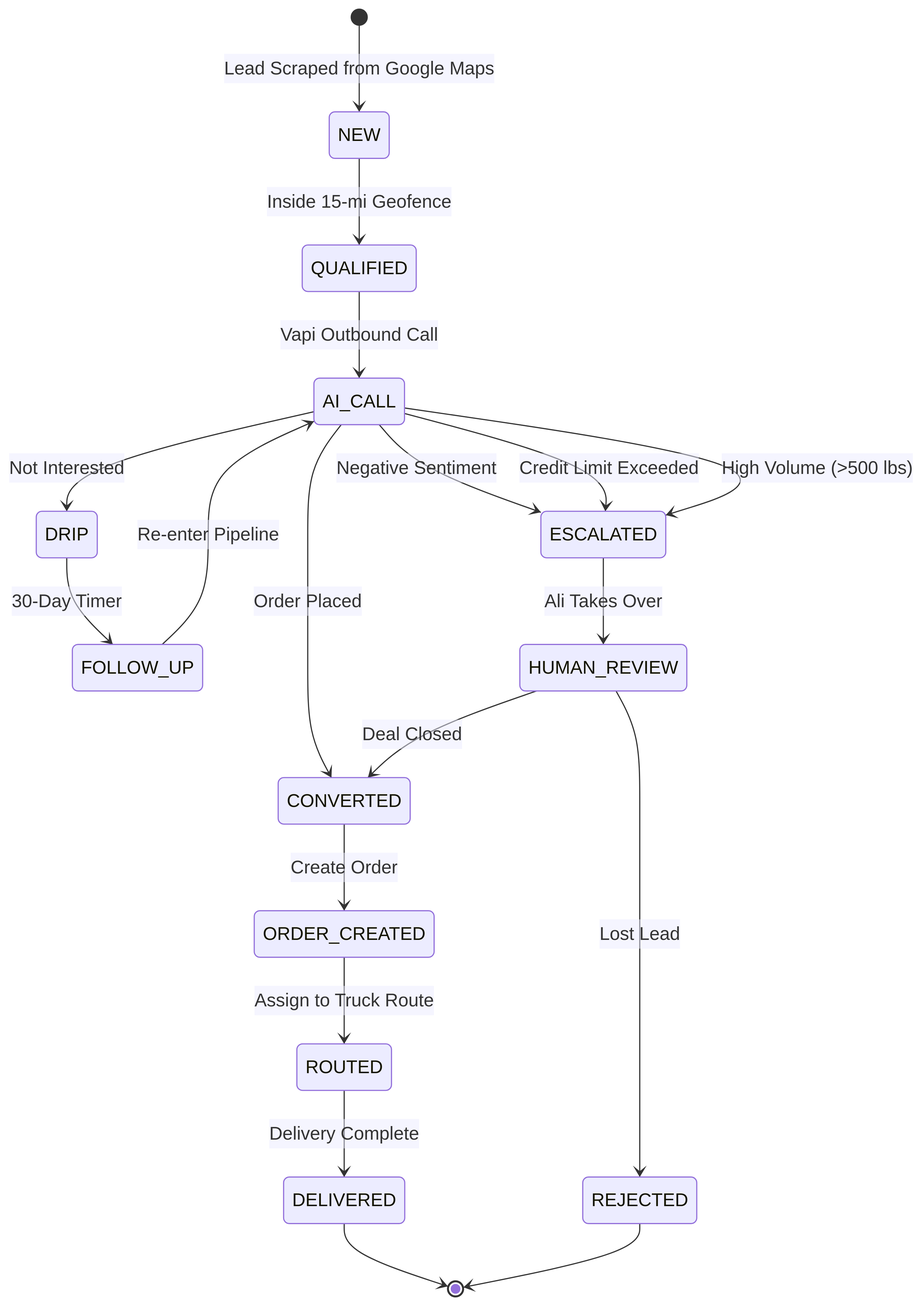
Above: docs/diagrams/06_lead_lifecycle.png in sk6786/AliWholesaleSaas (Mermaid), before the change. Its source is kept beside it as docs/diagrams/06_lead_lifecycle.mmd. The source it was exported from:
```mermaid
stateDiagram-v2
    [*] --> NEW: Lead Scraped from Google Maps
    NEW --> QUALIFIED: Inside 15-mi Geofence
    QUALIFIED --> AI_CALL: Vapi Outbound Call

    AI_CALL --> CONVERTED: Order Placed
    AI_CALL --> DRIP: Not Interested
    AI_CALL --> ESCALATED: Negative Sentiment
    AI_CALL --> ESCALATED: Credit Limit Exceeded
    AI_CALL --> ESCALATED: High Volume (>500 lbs)

    CONVERTED --> ORDER_CREATED: Create Order
    ORDER_CREATED --> ROUTED: Assign to Truck Route
    ROUTED --> DELIVERED: Delivery Complete

    DRIP --> FOLLOW_UP: 30-Day Timer
    FOLLOW_UP --> AI_CALL: Re-enter Pipeline

    ESCALATED --> HUMAN_REVIEW: Ali Takes Over
    HUMAN_REVIEW --> CONVERTED: Deal Closed
    HUMAN_REVIEW --> REJECTED: Lost Lead

    DELIVERED --> [*]
    REJECTED --> [*]
```
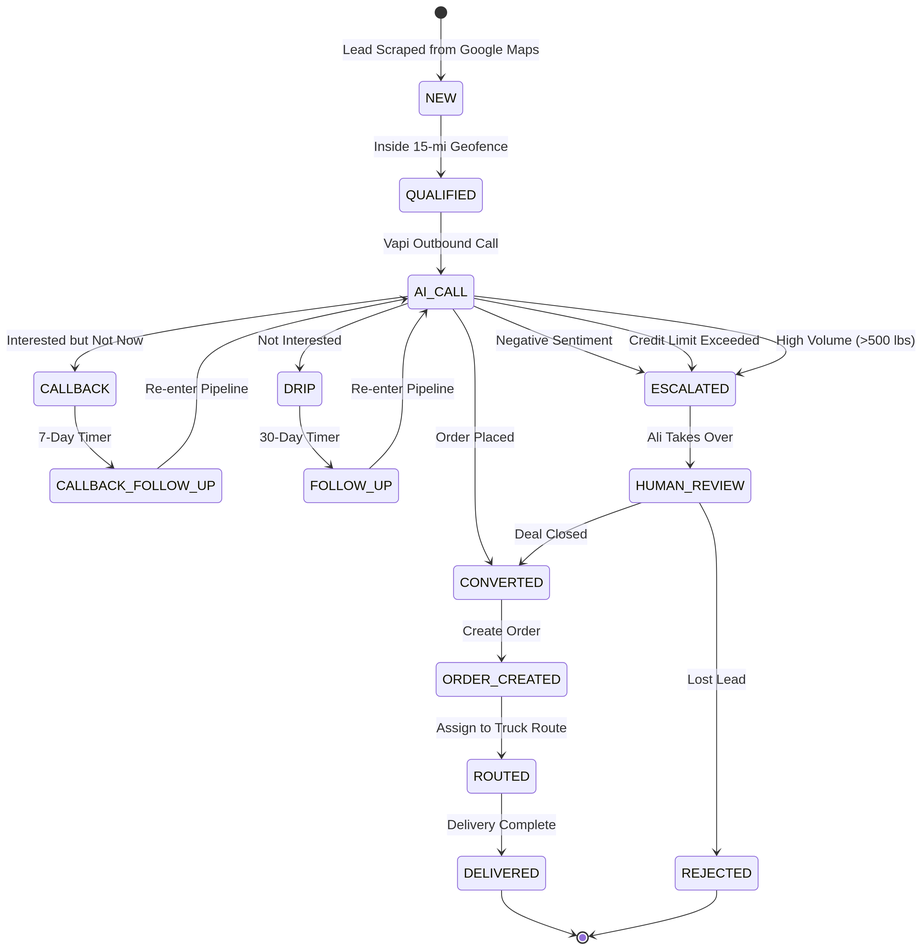
The same diagram one commit later.

Commit message:
Final audit: fix Follow-up outcome rendering, add Follow-up state to all docs/diagrams/schema, update slide 10 roadmap, add territory filter + outreach actions to demo walkthrough

Diff of the diagram source:
```diff
@@ -4,6 +4,7 @@
     QUALIFIED --> AI_CALL: Vapi Outbound Call
 
     AI_CALL --> CONVERTED: Order Placed
+    AI_CALL --> CALLBACK: Interested but Not Now
     AI_CALL --> DRIP: Not Interested
     AI_CALL --> ESCALATED: Negative Sentiment
     AI_CALL --> ESCALATED: Credit Limit Exceeded
@@ -12,6 +13,9 @@
     CONVERTED --> ORDER_CREATED: Create Order
     ORDER_CREATED --> ROUTED: Assign to Truck Route
     ROUTED --> DELIVERED: Delivery Complete
+
+    CALLBACK --> CALLBACK_FOLLOW_UP: 7-Day Timer
+    CALLBACK_FOLLOW_UP --> AI_CALL: Re-enter Pipeline
 
     DRIP --> FOLLOW_UP: 30-Day Timer
     FOLLOW_UP --> AI_CALL: Re-enter Pipeline
```
